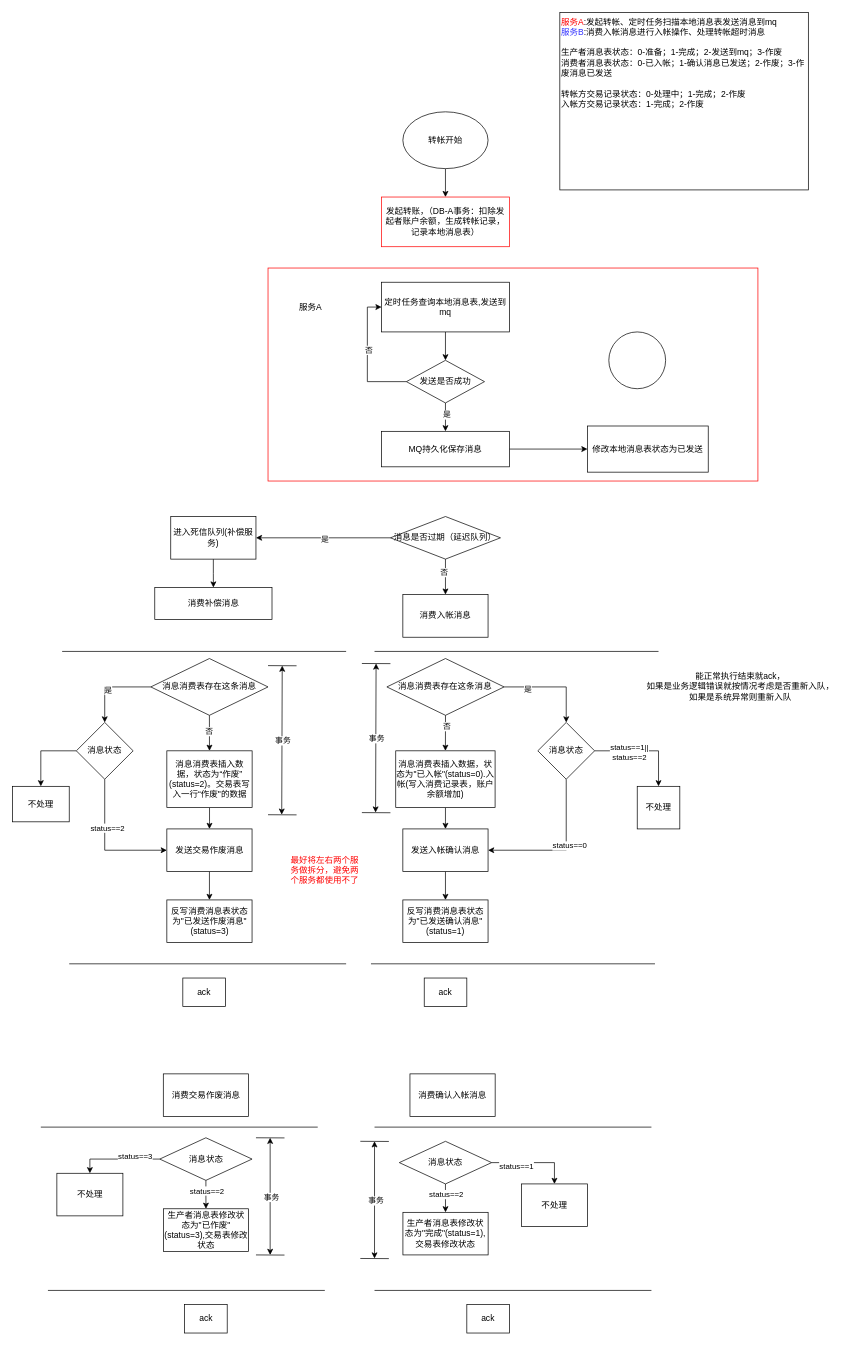
The draw.io diagram transfer-v2-跨数据库.drawio in liepig1223/drawio, before the edit. Source tidied: cells renumbered, new cells numbered last; positions are measured from the earlier drawing's top-left corner, leaving out a move shared by most shapes. Both pictures are drawn from the tidied source at 71%, with x=0, y=0 at pixel (12, 12).
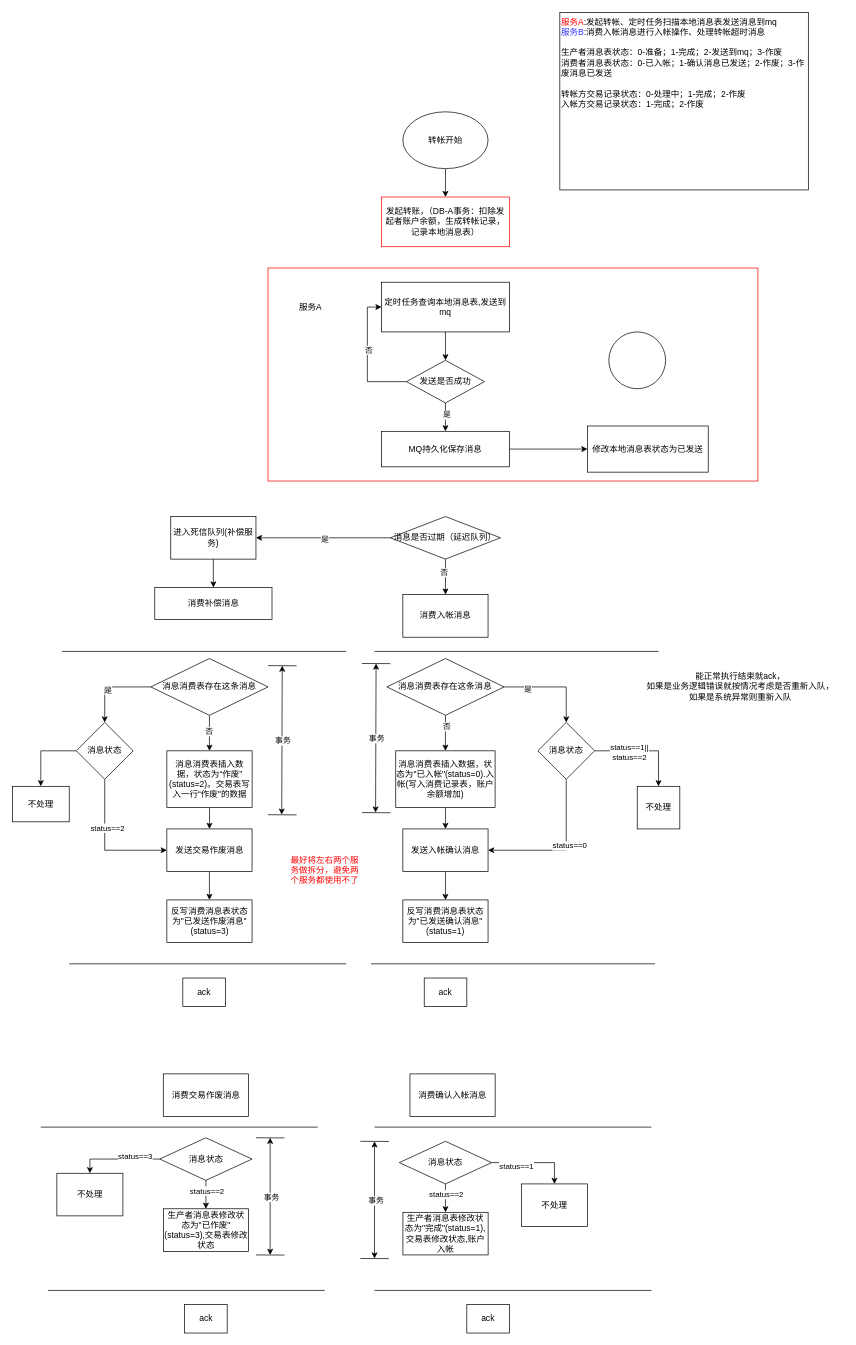
After the change.

Commit message:
更新transfer-v2-跨数据库.drawio

Change to the diagram source:
```diff
@@
-    <mxCell id="56" value="生产者消息表修改状态为&quot;完成&quot;(status=1),交易表修改状态" style="rounded=0;whiteSpace=wrap;html=1;" parent="1" vertex="1">
+    <mxCell id="56" value="生产者消息表修改状态为&quot;完成&quot;(status=1),交易表修改状态,账户入帐" style="rounded=0;whiteSpace=wrap;html=1;" parent="1" vertex="1">
       <mxGeometry x="550" y="1690" width="120" height="60" as="geometry" />
     </mxCell>
```
